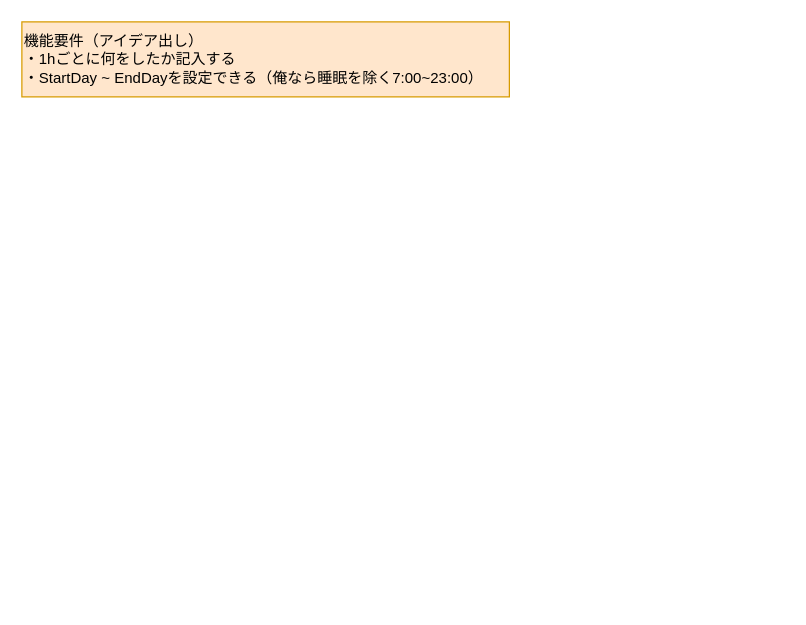
This is diddoApp.drawio from Kohki-Takatama/diddo, a draw.io file, before an edit. Source tidied: cells renumbered, new cells numbered last; positions are measured from the earlier drawing's top-left corner, leaving out a move shared by most shapes. Both pictures are drawn from the tidied source at 125%, with x=0, y=0 at pixel (21, 21).
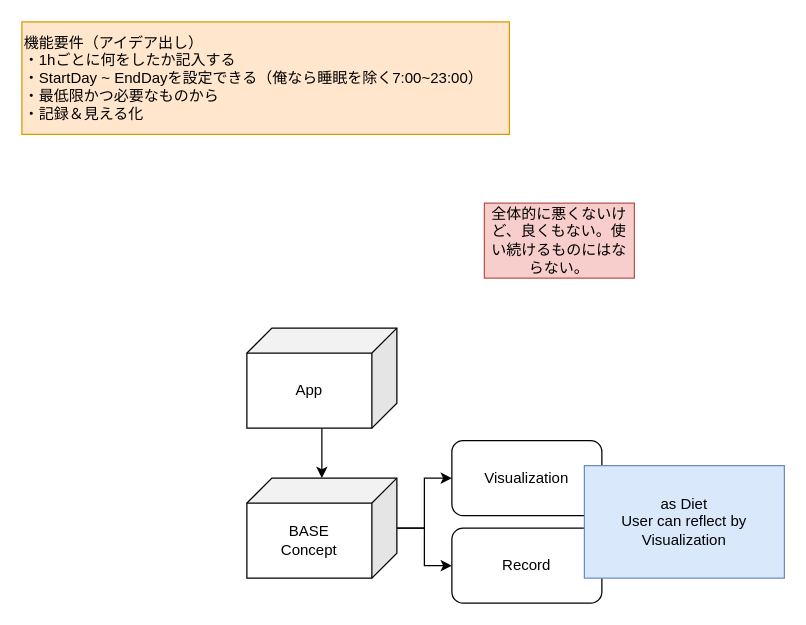
The same page after the edit.

Commit message:
diddoApp.drawio を更新します

The edit, as a diff of the source:
```diff
@@
 <mxGraphModel>
   <root>
     <mxCell id="0" />
     <mxCell id="1" parent="0" />
-    <mxCell id="2" value="機能要件（アイデア出し）&lt;br&gt;・1hごとに何をしたか記入する&lt;br&gt;・StartDay ~ EndDayを設定できる（俺なら睡眠を除く7:00~23:00）" style="text;html=1;align=left;verticalAlign=middle;strokeColor=#d79b00;fillColor=#ffe6cc;" parent="1" vertex="1">
-      <mxGeometry width="390" height="60" as="geometry" />
+    <mxCell id="2" value="機能要件（アイデア出し）&lt;br&gt;・1hごとに何をしたか記入する&lt;br&gt;・StartDay ~ EndDayを設定できる（俺なら睡眠を除く7:00~23:00）&lt;br&gt;・最低限かつ必要なものから&lt;br&gt;・記録＆見える化" style="text;html=1;align=left;verticalAlign=middle;strokeColor=#d79b00;fillColor=#ffe6cc;" parent="1" vertex="1">
+      <mxGeometry width="390" height="90" as="geometry" />
     </mxCell>
+    <mxCell id="3" style="edgeStyle=orthogonalEdgeStyle;rounded=0;jettySize=auto;html=1;" parent="1" edge="1" source="4" target="7">
+      <mxGeometry relative="1" as="geometry" />
+    </mxCell>
+    <mxCell id="4" value="App" style="shape=cube;whiteSpace=wrap;html=1;boundedLbl=1;backgroundOutline=1;darkOpacity=0.05;darkOpacity2=0.1;flipV=0;flipH=1;" parent="1" vertex="1">
+      <mxGeometry x="180" y="245" width="120" height="80" as="geometry" />
+    </mxCell>
+    <mxCell id="5" style="edgeStyle=orthogonalEdgeStyle;rounded=0;jettySize=auto;html=1;" parent="1" edge="1" source="7" target="8">
+      <mxGeometry relative="1" as="geometry" />
+    </mxCell>
+    <mxCell id="6" style="edgeStyle=orthogonalEdgeStyle;rounded=0;jettySize=auto;html=1;" parent="1" edge="1" source="7" target="9">
+      <mxGeometry relative="1" as="geometry" />
+    </mxCell>
+    <mxCell id="7" value="BASE&lt;br&gt;Concept" style="shape=cube;whiteSpace=wrap;html=1;boundedLbl=1;backgroundOutline=1;darkOpacity=0.05;darkOpacity2=0.1;flipH=1;" parent="1" vertex="1">
+      <mxGeometry x="180" y="365" width="120" height="80" as="geometry" />
+    </mxCell>
+    <mxCell id="8" value="Visualization" style="rounded=1;whiteSpace=wrap;html=1;" parent="1" vertex="1">
+      <mxGeometry x="344" y="335" width="120" height="60" as="geometry" />
+    </mxCell>
+    <mxCell id="9" value="Record" style="rounded=1;whiteSpace=wrap;html=1;" parent="1" vertex="1">
+      <mxGeometry x="344" y="405" width="120" height="60" as="geometry" />
+    </mxCell>
+    <mxCell id="10" value="as Diet&lt;br&gt;User can reflect by Visualization" style="text;html=1;strokeColor=#6c8ebf;fillColor=#dae8fc;align=center;verticalAlign=middle;whiteSpace=wrap;rounded=0;" parent="1" vertex="1">
+      <mxGeometry x="450" y="355" width="160" height="90" as="geometry" />
+    </mxCell>
+    <mxCell id="11" value="全体的に悪くないけど、良くもない。使い続けるものにはならない。" style="whiteSpace=wrap;html=1;fillColor=#f8cecc;strokeColor=#b85450;" parent="1" vertex="1">
+      <mxGeometry x="370" y="145" width="120" height="60" as="geometry" />
+    </mxCell>
   </root>
 </mxGraphModel>
```
